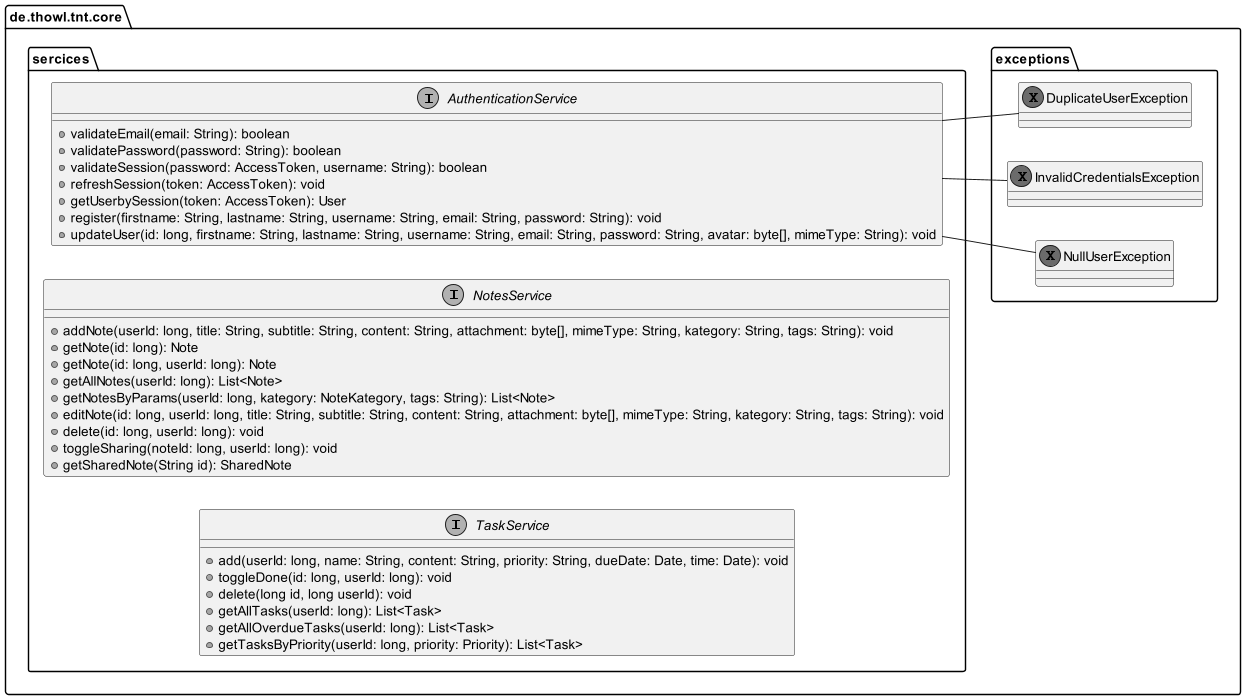
Above: doc/uml/tnt-core.png in j0giwa/TnT (PlantUML), before the change. Source of this version:
```plantuml
@startuml tnt-core

skinparam monochrome true
scale 200 width
scale 700 height

left to right direction

package de.thowl.tnt.core {
	package sercices {
		interface AuthenticationService {
			+ validateEmail(email: String): boolean
			+ validatePassword(password: String): boolean
			+ validateSession(password: AccessToken, username: String): boolean
			+ refreshSession(token: AccessToken): void
			+ getUserbySession(token: AccessToken): User
			+ register(firstname: String, lastname: String, username: String, email: String, password: String): void
			+ updateUser(id: long, firstname: String, lastname: String, username: String, email: String, password: String, avatar: byte[], mimeType: String): void
		}

		interface NotesService {
			+ addNote(userId: long, title: String, subtitle: String, content: String, attachment: byte[], mimeType: String, kategory: String, tags: String): void
			+ getNote(id: long): Note
			+ getNote(id: long, userId: long): Note
			+ getAllNotes(userId: long): List<Note>
			+ getNotesByParams(userId: long, kategory: NoteKategory, tags: String): List<Note>
			+ editNote(id: long, userId: long, title: String, subtitle: String, content: String, attachment: byte[], mimeType: String, kategory: String, tags: String): void
			+ delete(id: long, userId: long): void
			+ toggleSharing(noteId: long, userId: long): void
			+ getSharedNote(String id): SharedNote
		}

		interface TaskService {
			+ add(userId: long, name: String, content: String, priority: String, dueDate: Date, time: Date): void
			+ toggleDone(id: long, userId: long): void
			+ delete(long id, long userId): void
			+ getAllTasks(userId: long): List<Task>
			+ getAllOverdueTasks(userId: long): List<Task>
			+ getTasksByPriority(userId: long, priority: Priority): List<Task>
		}

	}

	package exceptions {
		exception DuplicateUserException
		exception InvalidCredentialsException
		exception NullUserException
	}

	AuthenticationService -- DuplicateUserException
	AuthenticationService -- InvalidCredentialsException
	AuthenticationService -- NullUserException
}

@enduml
```
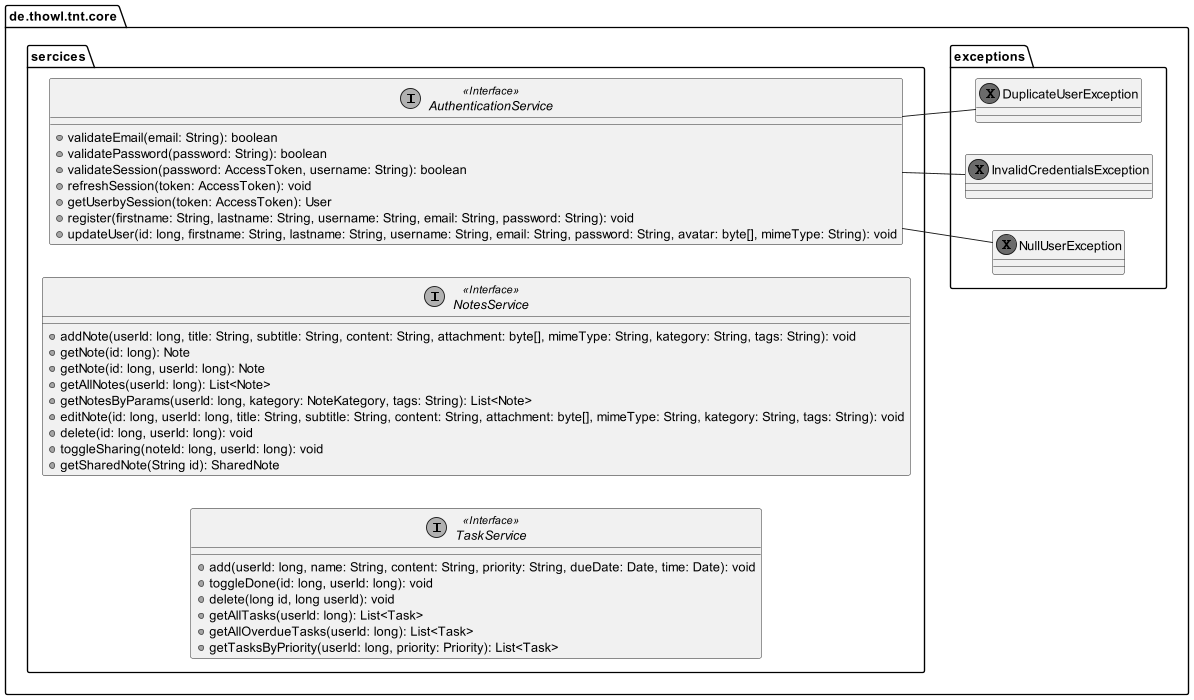
The same diagram one commit later.

Commit message:
Updated core diagramm

What changed in the source:
```diff
@@ -8,7 +8,7 @@
 
 package de.thowl.tnt.core {
 	package sercices {
-		interface AuthenticationService {
+		interface AuthenticationService <<Interface>> {
 			+ validateEmail(email: String): boolean
 			+ validatePassword(password: String): boolean
 			+ validateSession(password: AccessToken, username: String): boolean
@@ -18,7 +18,7 @@
 			+ updateUser(id: long, firstname: String, lastname: String, username: String, email: String, password: String, avatar: byte[], mimeType: String): void
 		}
 
-		interface NotesService {
+		interface NotesService <<Interface>> {
 			+ addNote(userId: long, title: String, subtitle: String, content: String, attachment: byte[], mimeType: String, kategory: String, tags: String): void
 			+ getNote(id: long): Note
 			+ getNote(id: long, userId: long): Note
@@ -30,7 +30,7 @@
 			+ getSharedNote(String id): SharedNote
 		}
 
-		interface TaskService {
+		interface TaskService <<Interface>> {
 			+ add(userId: long, name: String, content: String, priority: String, dueDate: Date, time: Date): void
 			+ toggleDone(id: long, userId: long): void
 			+ delete(long id, long userId): void
```
